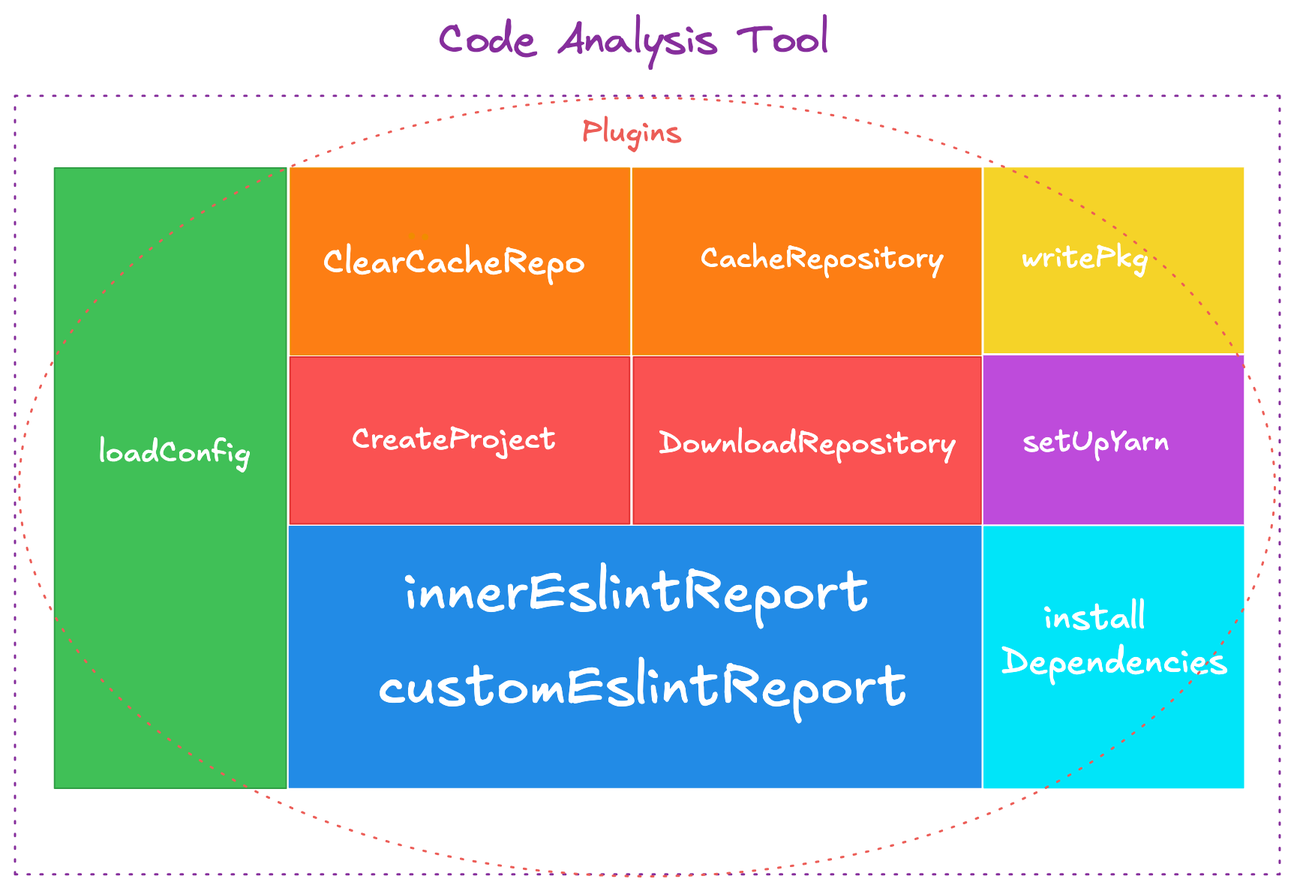
yanyunchangfeng/yycf-cli keeps this Excalidraw diagram as src/assets/images/code-ana.png. Above is the earlier version. Source tidied: one line per element, renumbered; positions are measured from the earlier drawing's top-left corner, leaving out a move shared by most shapes.
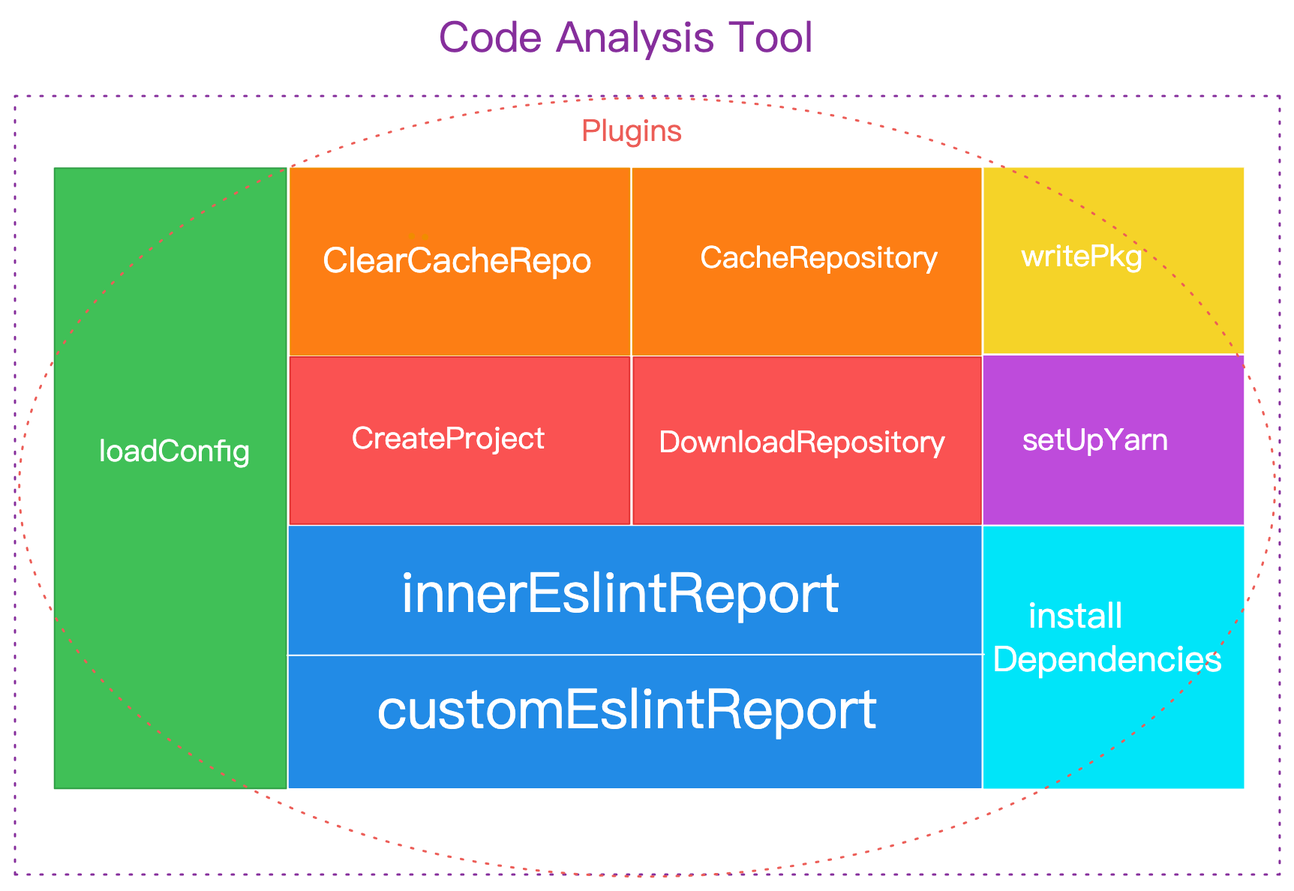
After the commit.

The edit, as a diff of the source:
```diff
@@ -3,9 +3,9 @@
 {"id": 2, "type": "rectangle", "strokeColor": "#e03131", "backgroundColor": "#fa5252", "fillStyle": "solid", "strokeWidth": 1, "roughness": 0, "x": 183, "y": 228, "width": 226, "height": 111}
 {"id": 3, "type": "rectangle", "strokeColor": "#862e9c", "strokeWidth": 1, "strokeStyle": "dotted", "roughness": 0, "x": 0, "y": 54, "width": 843, "height": 519}
 {"id": 4, "type": "text", "text": "Code Analysis Tool ", "strokeColor": "#862e9c", "strokeWidth": 1, "strokeStyle": "dotted", "roughness": 0, "fontSize": 28, "fontFamily": 1, "x": 283, "y": 0, "width": 275, "height": 35}
-{"id": 5, "type": "text", "text": "CreateProject", "strokeColor": "#ffffff", "backgroundColor": "#fa5252", "fillStyle": "solid", "strokeWidth": 1, "strokeStyle": "dotted", "roughness": 0, "fontSize": 20, "fontFamily": 5, "x": 225, "y": 271, "width": 136, "height": 25}
+{"id": 5, "type": "text", "text": "CreateProject", "strokeColor": "#ffffff", "backgroundColor": "#fa5252", "fillStyle": "solid", "strokeWidth": 1, "strokeStyle": "dotted", "roughness": 0, "fontSize": 20, "fontFamily": 5, "x": 225, "y": 271, "width": 129, "height": 25}
 {"id": 6, "type": "rectangle", "strokeColor": "#e03131", "backgroundColor": "#fa5252", "fillStyle": "solid", "strokeWidth": 1, "roughness": 0, "x": 412, "y": 228, "width": 232, "height": 111}
-{"id": 7, "type": "text", "text": "DownloadRepository", "strokeColor": "#ffffff", "backgroundColor": "#fa5252", "fillStyle": "solid", "strokeWidth": 1, "strokeStyle": "dotted", "roughness": 0, "fontSize": 20, "fontFamily": 5, "x": 429, "y": 274, "width": 198, "height": 25}
+{"id": 7, "type": "text", "text": "DownloadRepository", "strokeColor": "#ffffff", "backgroundColor": "#fa5252", "fillStyle": "solid", "strokeWidth": 1, "strokeStyle": "dotted", "roughness": 0, "fontSize": 20, "fontFamily": 5, "x": 429, "y": 274, "width": 192, "height": 25}
 {"id": 8, "type": "text", "text": "dddd", "strokeColor": "#228be6", "backgroundColor": "#228be6", "fillStyle": "solid", "strokeWidth": 1, "strokeStyle": "dotted", "roughness": 0, "fontSize": 20, "fontFamily": 5, "x": 339, "y": 407, "width": 49, "height": 25}
 {"id": 9, "type": "rectangle", "strokeColor": "#228be6", "backgroundColor": "#228be6", "fillStyle": "solid", "strokeWidth": 1, "strokeStyle": "dotted", "roughness": 0, "x": 333, "y": 385, "width": 86, "height": 76}
 {"id": 10, "type": "freedraw", "strokeColor": "#228be6", "backgroundColor": "#228be6", "fillStyle": "solid", "strokeWidth": 1, "strokeStyle": "dotted", "roughness": 0, "x": 364, "y": 415, "width": 0, "height": 0, "points": [[0, 0], [0, 0]]}
@@ -14,21 +14,22 @@
 {"id": 13, "type": "freedraw", "strokeColor": "#228be6", "backgroundColor": "#228be6", "fillStyle": "solid", "strokeWidth": 1, "strokeStyle": "dotted", "roughness": 0, "x": 364, "y": 415, "width": 0, "height": 0, "points": [[0, 0], [0, 0]]}
 {"id": 14, "type": "freedraw", "strokeColor": "#228be6", "backgroundColor": "#228be6", "fillStyle": "solid", "strokeWidth": 1, "strokeStyle": "dotted", "roughness": 0, "x": 364, "y": 415, "width": 0, "height": 0, "points": [[0, 0], [0, 0]]}
 {"id": 15, "type": "freedraw", "strokeColor": "#228be6", "backgroundColor": "#228be6", "fillStyle": "solid", "strokeWidth": 1, "strokeStyle": "dotted", "roughness": 0, "x": 272, "y": 402, "width": 0, "height": 0, "points": [[0, 0], [0, 0], [0, 0]]}
-{"id": 16, "type": "text", "text": "innerEslintReport", "strokeColor": "#ffffff", "backgroundColor": "#228be6", "fillStyle": "solid", "strokeWidth": 1, "strokeStyle": "dotted", "roughness": 0, "fontSize": 36.78, "fontFamily": 5, "x": 259, "y": 363, "width": 311, "height": 46}
+{"id": 16, "type": "text", "text": "innerEslintReport", "strokeColor": "#ffffff", "backgroundColor": "#228be6", "fillStyle": "solid", "strokeWidth": 1, "strokeStyle": "dotted", "roughness": 0, "fontSize": 36.78, "fontFamily": 5, "x": 257, "y": 366, "width": 311, "height": 46}
 {"id": 17, "type": "rectangle", "strokeColor": "#2f9e44", "backgroundColor": "#40c057", "fillStyle": "solid", "strokeWidth": 1, "roughness": 0, "x": 26, "y": 102, "width": 154, "height": 413}
 {"id": 18, "type": "text", "text": "loadConfig", "strokeColor": "#ffffff", "backgroundColor": "#40c057", "fillStyle": "solid", "strokeWidth": 1, "strokeStyle": "dotted", "roughness": 0, "fontSize": 20, "fontFamily": 5, "x": 56, "y": 280, "width": 101, "height": 25}
 {"id": 19, "type": "rectangle", "strokeColor": "#f08c00", "backgroundColor": "#fd7e14", "fillStyle": "solid", "strokeWidth": 1, "roughness": 0, "x": 412, "y": 102, "width": 232, "height": 124}
 {"id": 20, "type": "freedraw", "strokeColor": "#f08c00", "backgroundColor": "#fd7e14", "fillStyle": "solid", "strokeWidth": 1, "strokeStyle": "dotted", "roughness": 0, "x": 273, "y": 148, "width": 0, "height": 0, "points": [[0, 0], [0, 0]]}
 {"id": 21, "type": "freedraw", "strokeColor": "#f08c00", "backgroundColor": "#fd7e14", "fillStyle": "solid", "strokeWidth": 1, "strokeStyle": "dotted", "roughness": 0, "x": 264, "y": 147, "width": 0, "height": 0, "points": [[0, 0], [0, 0]]}
-{"id": 22, "type": "text", "text": "ClearCacheRepo", "strokeColor": "#ffffff", "backgroundColor": "#fd7e14", "fillStyle": "solid", "strokeWidth": 1, "strokeStyle": "dotted", "roughness": 0, "fontSize": 23.02, "fontFamily": 5, "x": 205, "y": 151, "width": 175, "height": 29}
+{"id": 22, "type": "text", "text": "ClearCacheRepo", "strokeColor": "#ffffff", "backgroundColor": "#fd7e14", "fillStyle": "solid", "strokeWidth": 1, "strokeStyle": "dotted", "roughness": 0, "fontSize": 23.02, "fontFamily": 5, "x": 205, "y": 151, "width": 179, "height": 29}
-{"id": 23, "type": "text", "text": "CacheRepository", "strokeColor": "#ffffff", "backgroundColor": "#fd7e14", "fillStyle": "solid", "strokeWidth": 1, "strokeStyle": "dotted", "roughness": 0, "fontSize": 20, "fontFamily": 5, "x": 457, "y": 151, "width": 163, "height": 25}
+{"id": 23, "type": "text", "text": "CacheRepository", "strokeColor": "#ffffff", "backgroundColor": "#fd7e14", "fillStyle": "solid", "strokeWidth": 1, "strokeStyle": "dotted", "roughness": 0, "fontSize": 20, "fontFamily": 5, "x": 457, "y": 151, "width": 159, "height": 25}
 {"id": 24, "type": "rectangle", "strokeColor": "#00e5f9", "backgroundColor": "#00e5f9", "fillStyle": "solid", "strokeWidth": 1, "roughness": 0, "x": 646, "y": 341, "width": 173, "height": 174}
 {"id": 25, "type": "text", "text": "writePkg", "strokeColor": "#ffffff", "backgroundColor": "#fd7e14", "fillStyle": "solid", "strokeWidth": 1, "strokeStyle": "dotted", "roughness": 0, "fontSize": 20, "fontFamily": 5, "x": 668, "y": 151, "width": 85, "height": 25}
 {"id": 26, "type": "rectangle", "strokeColor": "#ffffff", "backgroundColor": "#be4bdb", "fillStyle": "solid", "strokeWidth": 1, "roughness": 0, "x": 645, "y": 226, "width": 175, "height": 114}
-{"id": 27, "type": "text", "text": "setUpYarn", "strokeColor": "#ffffff", "backgroundColor": "#be4bdb", "fillStyle": "solid", "strokeWidth": 1, "strokeStyle": "dotted", "roughness": 0, "fontSize": 20, "fontFamily": 5, "x": 672, "y": 272, "width": 98, "height": 25}
+{"id": 27, "type": "text", "text": "setUpYarn", "strokeColor": "#ffffff", "backgroundColor": "#be4bdb", "fillStyle": "solid", "strokeWidth": 1, "strokeStyle": "dotted", "roughness": 0, "fontSize": 20, "fontFamily": 5, "x": 672, "y": 272, "width": 97, "height": 25}
 {"id": 28, "type": "rectangle", "strokeColor": "#ffffff", "backgroundColor": "#f5d328", "fillStyle": "solid", "strokeWidth": 1, "roughness": 0, "x": 645, "y": 101, "width": 174, "height": 125}
-{"id": 29, "type": "text", "text": "writePkg", "strokeColor": "#ffffff", "backgroundColor": "#f5d328", "fillStyle": "solid", "strokeWidth": 1, "strokeStyle": "dotted", "roughness": 0, "fontSize": 20, "fontFamily": 5, "x": 671, "y": 150, "width": 85, "height": 25}
+{"id": 29, "type": "text", "text": "writePkg", "strokeColor": "#ffffff", "backgroundColor": "#f5d328", "fillStyle": "solid", "strokeWidth": 1, "strokeStyle": "dotted", "roughness": 0, "fontSize": 20, "fontFamily": 5, "x": 671, "y": 150, "width": 81, "height": 25}
-{"id": 30, "type": "text", "text": "   install \nDependencies", "strokeColor": "#ffffff", "backgroundColor": "#00e5f9", "fillStyle": "solid", "strokeWidth": 1, "roughness": 0, "fontSize": 23.5, "fontFamily": 5, "x": 658, "y": 388, "width": 152, "height": 59}
+{"id": 30, "type": "text", "text": "   install \nDependencies", "strokeColor": "#ffffff", "backgroundColor": "#00e5f9", "fillStyle": "solid", "strokeWidth": 1, "roughness": 0, "fontSize": 23.43, "fontFamily": 5, "x": 652, "y": 388, "width": 158, "height": 59}
 {"id": 31, "type": "text", "text": "Plugins", "strokeColor": "#ec5d57", "backgroundColor": "#00e5f9", "fillStyle": "solid", "strokeWidth": 1, "roughness": 0, "fontSize": 20, "fontFamily": 5, "x": 378, "y": 66, "width": 152, "height": 25}
 {"id": 32, "type": "ellipse", "strokeColor": "#ec5d57", "angle": 0.0, "strokeWidth": 1, "strokeStyle": "dotted", "roughness": 0, "x": 3, "y": 55, "width": 837, "height": 519}
-{"id": 33, "type": "text", "text": "customEslintReport", "strokeColor": "#ffffff", "backgroundColor": "#228be6", "fillStyle": "solid", "strokeWidth": 1, "strokeStyle": "dotted", "roughness": 0, "fontSize": 36.78, "fontFamily": 5, "x": 242, "y": 426, "width": 354, "height": 46}
+{"id": 33, "type": "text", "text": "customEslintReport", "strokeColor": "#ffffff", "backgroundColor": "#228be6", "fillStyle": "solid", "strokeWidth": 1, "strokeStyle": "dotted", "roughness": 0, "fontSize": 36.78, "fontFamily": 5, "x": 241, "y": 443, "width": 354, "height": 46}
+{"id": 34, "type": "line", "strokeColor": "#ffffff", "backgroundColor": "#ffffff", "fillStyle": "solid", "strokeWidth": 1, "roughness": 0, "x": 181, "y": 427, "width": 465, "height": 1, "points": [[0, 0], [465, -1]]}
```
